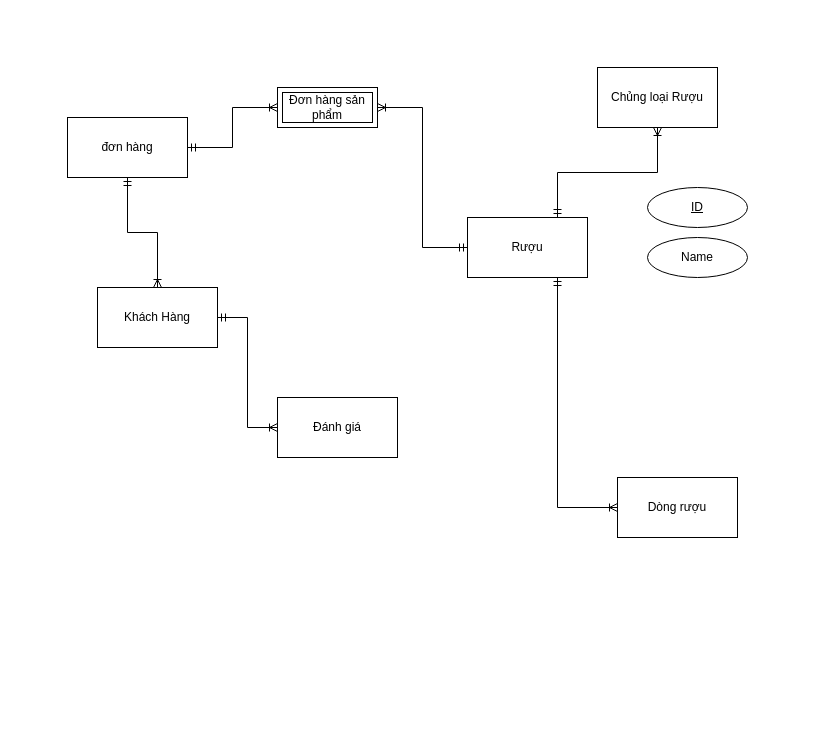
This is ERmodel.drawio from NCanhhieu/T2207E-Diagram, a draw.io file, before an edit. Source tidied: cells renumbered, new cells numbered last; positions are measured from the earlier drawing's top-left corner, leaving out a move shared by most shapes. Both pictures are drawn from the tidied source at 100%, with x=0, y=0 at pixel (67, 67).
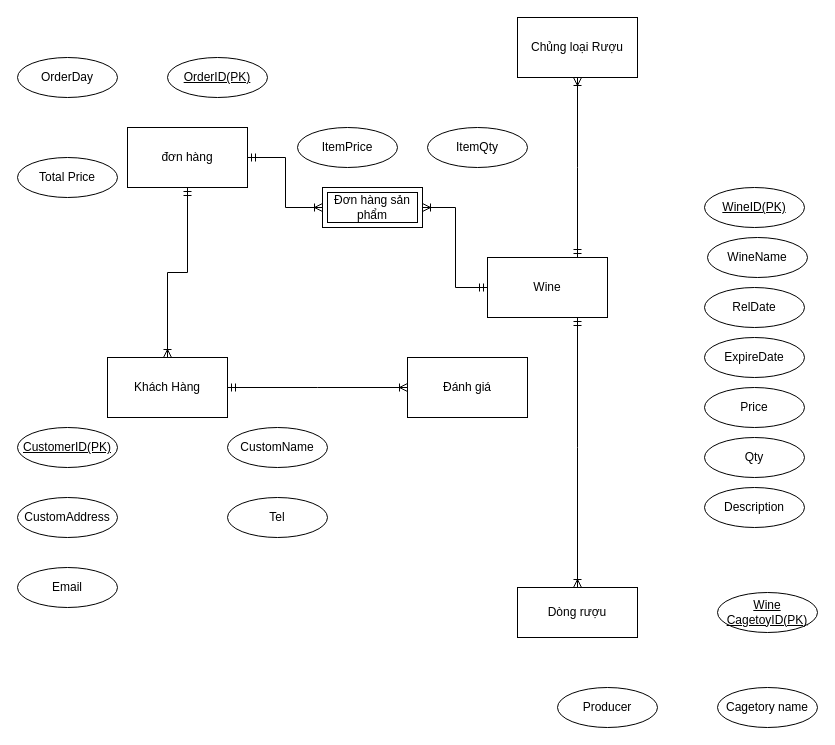
After the change.

Diff of the diagram source:
```diff
@@
-    <mxCell id="3" style="edgeStyle=orthogonalEdgeStyle;fontSize=12;html=1;endArrow=ERoneToMany;startArrow=ERmandOne;rounded=0;exitX=0.75;exitY=1;exitDx=0;exitDy=0;entryX=0;entryY=0.5;entryDx=0;entryDy=0;elbow=vertical;" parent="1" edge="1" source="12" target="10">
-      <mxGeometry relative="1" as="geometry" />
+    <mxCell id="3" style="edgeStyle=elbowEdgeStyle;fontSize=12;html=1;endArrow=ERoneToMany;startArrow=ERmandOne;rounded=0;exitX=0.75;exitY=1;exitDx=0;exitDy=0;entryX=0.5;entryY=0;entryDx=0;entryDy=0;elbow=vertical;" parent="1" edge="1" source="12" target="10">
+      <mxGeometry relative="1" as="geometry">
+        <Array as="points">
+          <mxPoint x="530" y="380" />
+          <mxPoint x="460" y="450" />
+        </Array>
+      </mxGeometry>
     </mxCell>
@@
     <mxCell id="8" value="đơn hàng" style="rounded=0;whiteSpace=wrap;html=1;" parent="1" vertex="1">
-      <mxGeometry y="50" width="120" height="60" as="geometry" />
+      <mxGeometry x="60" y="60" width="120" height="60" as="geometry" />
     </mxCell>
     <mxCell id="9" value="Khách Hàng" style="rounded=0;whiteSpace=wrap;html=1;" parent="1" vertex="1">
-      <mxGeometry x="30" y="220" width="120" height="60" as="geometry" />
+      <mxGeometry x="40" y="290" width="120" height="60" as="geometry" />
     </mxCell>
     <mxCell id="10" value="Dòng rượu" style="rounded=0;whiteSpace=wrap;html=1;" parent="1" vertex="1">
-      <mxGeometry x="550" y="410" width="120" height="60" as="geometry" />
+      <mxGeometry x="450" y="520" width="120" height="50" as="geometry" />
     </mxCell>
     <mxCell id="11" value="Chủng loại Rượu" style="rounded=0;whiteSpace=wrap;html=1;" parent="1" vertex="1">
-      <mxGeometry x="530" width="120" height="60" as="geometry" />
+      <mxGeometry x="450" y="-50" width="120" height="60" as="geometry" />
     </mxCell>
-    <mxCell id="12" value="Rượu" style="rounded=0;whiteSpace=wrap;html=1;" parent="1" vertex="1">
-      <mxGeometry x="400" y="150" width="120" height="60" as="geometry" />
+    <mxCell id="12" value="Wine" style="rounded=0;whiteSpace=wrap;html=1;" parent="1" vertex="1">
+      <mxGeometry x="420" y="190" width="120" height="60" as="geometry" />
     </mxCell>
     <mxCell id="13" value="Đánh giá" style="rounded=0;whiteSpace=wrap;html=1;" parent="1" vertex="1">
-      <mxGeometry x="210" y="330" width="120" height="60" as="geometry" />
+      <mxGeometry x="340" y="290" width="120" height="60" as="geometry" />
     </mxCell>
     <mxCell id="14" value="Đơn hàng sản phẩm" style="shape=ext;margin=3;double=1;whiteSpace=wrap;html=1;align=center;" parent="1" vertex="1">
-      <mxGeometry x="210" y="20" width="100" height="40" as="geometry" />
+      <mxGeometry x="255" y="120" width="100" height="40" as="geometry" />
     </mxCell>
-    <mxCell id="15" value="Name" style="ellipse;whiteSpace=wrap;html=1;align=center;" parent="1" vertex="1">
-      <mxGeometry x="580" y="170" width="100" height="40" as="geometry" />
+    <mxCell id="15" value="WineName" style="ellipse;whiteSpace=wrap;html=1;align=center;" parent="1" vertex="1">
+      <mxGeometry x="640" y="170" width="100" height="40" as="geometry" />
     </mxCell>
-    <mxCell id="16" value="ID" style="ellipse;whiteSpace=wrap;html=1;align=center;fontStyle=4;" parent="1" vertex="1">
-      <mxGeometry x="580" y="120" width="100" height="40" as="geometry" />
+    <mxCell id="16" value="WineID(PK)" style="ellipse;whiteSpace=wrap;html=1;align=center;fontStyle=4;" parent="1" vertex="1">
+      <mxGeometry x="637" y="120" width="100" height="40" as="geometry" />
     </mxCell>
+    <mxCell id="17" value="RelDate" style="ellipse;whiteSpace=wrap;html=1;align=center;" parent="1" vertex="1">
+      <mxGeometry x="637" y="220" width="100" height="40" as="geometry" />
+    </mxCell>
+    <mxCell id="18" value="ExpireDate" style="ellipse;whiteSpace=wrap;html=1;align=center;" parent="1" vertex="1">
+      <mxGeometry x="637" y="270" width="100" height="40" as="geometry" />
+    </mxCell>
+    <mxCell id="19" value="Price" style="ellipse;whiteSpace=wrap;html=1;align=center;" parent="1" vertex="1">
+      <mxGeometry x="637" y="320" width="100" height="40" as="geometry" />
+    </mxCell>
+    <mxCell id="20" value="Qty" style="ellipse;whiteSpace=wrap;html=1;align=center;" parent="1" vertex="1">
+      <mxGeometry x="637" y="370" width="100" height="40" as="geometry" />
+    </mxCell>
+    <mxCell id="21" value="ItemQty" style="ellipse;whiteSpace=wrap;html=1;align=center;" parent="1" vertex="1">
+      <mxGeometry x="360" y="60" width="100" height="40" as="geometry" />
+    </mxCell>
+    <mxCell id="22" value="Producer" style="ellipse;whiteSpace=wrap;html=1;align=center;" parent="1" vertex="1">
+      <mxGeometry x="490" y="620" width="100" height="40" as="geometry" />
+    </mxCell>
+    <mxCell id="23" value="ItemPrice" style="ellipse;whiteSpace=wrap;html=1;align=center;" parent="1" vertex="1">
+      <mxGeometry x="230" y="60" width="100" height="40" as="geometry" />
+    </mxCell>
+    <mxCell id="24" value="Description" style="ellipse;whiteSpace=wrap;html=1;align=center;" parent="1" vertex="1">
+      <mxGeometry x="637" y="420" width="100" height="40" as="geometry" />
+    </mxCell>
+    <mxCell id="25" value="CustomAddress" style="ellipse;whiteSpace=wrap;html=1;align=center;" parent="1" vertex="1">
+      <mxGeometry x="-50" y="430" width="100" height="40" as="geometry" />
+    </mxCell>
+    <mxCell id="26" value="Cagetory name" style="ellipse;whiteSpace=wrap;html=1;align=center;" parent="1" vertex="1">
+      <mxGeometry x="650" y="620" width="100" height="40" as="geometry" />
+    </mxCell>
+    <mxCell id="27" value="Total Price" style="ellipse;whiteSpace=wrap;html=1;align=center;" parent="1" vertex="1">
+      <mxGeometry x="-50" y="90" width="100" height="40" as="geometry" />
+    </mxCell>
+    <mxCell id="28" value="OrderDay" style="ellipse;whiteSpace=wrap;html=1;align=center;" parent="1" vertex="1">
+      <mxGeometry x="-50" y="-10" width="100" height="40" as="geometry" />
+    </mxCell>
+    <mxCell id="29" value="Wine&lt;br style=&quot;border-color: var(--border-color);&quot;&gt;CagetoyID(PK)" style="ellipse;whiteSpace=wrap;html=1;align=center;fontStyle=4;" parent="1" vertex="1">
+      <mxGeometry x="650" y="525" width="100" height="40" as="geometry" />
+    </mxCell>
+    <mxCell id="30" value="OrderID(PK)" style="ellipse;whiteSpace=wrap;html=1;align=center;fontStyle=4;" parent="1" vertex="1">
+      <mxGeometry x="100" y="-10" width="100" height="40" as="geometry" />
+    </mxCell>
+    <mxCell id="31" value="CustomName" style="ellipse;whiteSpace=wrap;html=1;align=center;" parent="1" vertex="1">
+      <mxGeometry x="160" y="360" width="100" height="40" as="geometry" />
+    </mxCell>
+    <mxCell id="32" value="Tel" style="ellipse;whiteSpace=wrap;html=1;align=center;" parent="1" vertex="1">
+      <mxGeometry x="160" y="430" width="100" height="40" as="geometry" />
+    </mxCell>
+    <mxCell id="33" value="CustomerID(PK)" style="ellipse;whiteSpace=wrap;html=1;align=center;fontStyle=4;" parent="1" vertex="1">
+      <mxGeometry x="-50" y="360" width="100" height="40" as="geometry" />
+    </mxCell>
+    <mxCell id="34" value="Email" style="ellipse;whiteSpace=wrap;html=1;align=center;" parent="1" vertex="1">
+      <mxGeometry x="-50" y="500" width="100" height="40" as="geometry" />
+    </mxCell>
```
